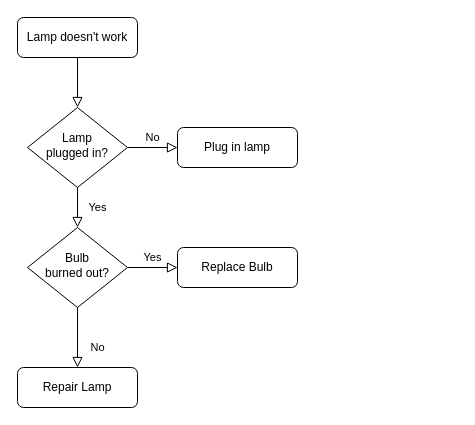
The draw.io diagram FluxCommandeCreated.drawio in xconix/Voron0.0, before the edit. Source tidied: cells renumbered, new cells numbered last; positions are measured from the earlier drawing's top-left corner, leaving out a move shared by most shapes. Both pictures are drawn from the tidied source at 100%, with x=0, y=0 at pixel (17, 17).
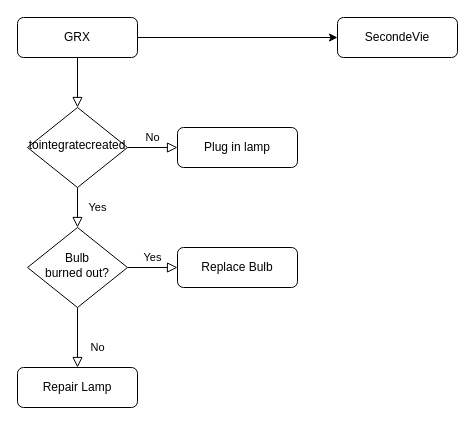
After the change.

Commit message:
Mettre à jour FluxCommandeCreated.drawio

The edit, as a diff of the source:
```diff
@@
 <mxGraphModel>
   <root>
     <mxCell id="0" />
     <mxCell id="1" parent="0" />
     <mxCell id="2" style="rounded=0;html=1;jettySize=auto;fontSize=11;endArrow=block;endFill=0;endSize=8;strokeWidth=1;shadow=0;labelBackgroundColor=none;edgeStyle=orthogonalEdgeStyle;" parent="1" edge="1" source="3" target="6">
       <mxGeometry relative="1" as="geometry" />
     </mxCell>
-    <mxCell id="3" value="Lamp doesn't work" style="rounded=1;whiteSpace=wrap;html=1;fontSize=12;glass=0;strokeWidth=1;shadow=0;" parent="1" vertex="1">
+    <mxCell id="3" value="GRX" style="rounded=1;whiteSpace=wrap;html=1;fontSize=12;glass=0;strokeWidth=1;shadow=0;" parent="1" vertex="1">
       <mxGeometry width="120" height="40" as="geometry" />
     </mxCell>
     <mxCell id="4" value="Yes" style="rounded=0;html=1;jettySize=auto;fontSize=11;endArrow=block;endFill=0;endSize=8;strokeWidth=1;shadow=0;labelBackgroundColor=none;edgeStyle=orthogonalEdgeStyle;" parent="1" edge="1" source="6" target="10">
       <mxGeometry y="20" relative="1" as="geometry" />
     </mxCell>
     <mxCell id="5" value="No" style="edgeStyle=orthogonalEdgeStyle;rounded=0;html=1;jettySize=auto;fontSize=11;endArrow=block;endFill=0;endSize=8;strokeWidth=1;shadow=0;labelBackgroundColor=none;" parent="1" edge="1" source="6" target="7">
       <mxGeometry y="10" relative="1" as="geometry" />
     </mxCell>
-    <mxCell id="6" value="Lamp&lt;br&gt;plugged in?" style="rhombus;whiteSpace=wrap;html=1;shadow=0;fontFamily=Helvetica;fontSize=12;align=center;strokeWidth=1;spacing=6;spacingTop=-4;" parent="1" vertex="1">
+    <mxCell id="6" value="tointegratecreated" style="rhombus;whiteSpace=wrap;html=1;shadow=0;fontFamily=Helvetica;fontSize=12;align=center;strokeWidth=1;spacing=6;spacingTop=-4;" parent="1" vertex="1">
       <mxGeometry x="10" y="90" width="100" height="80" as="geometry" />
     </mxCell>
     <mxCell id="7" value="Plug in lamp" style="rounded=1;whiteSpace=wrap;html=1;fontSize=12;glass=0;strokeWidth=1;shadow=0;" parent="1" vertex="1">
       <mxGeometry x="160" y="110" width="120" height="40" as="geometry" />
     </mxCell>
     <mxCell id="8" value="No" style="rounded=0;html=1;jettySize=auto;fontSize=11;endArrow=block;endFill=0;endSize=8;strokeWidth=1;shadow=0;labelBackgroundColor=none;edgeStyle=orthogonalEdgeStyle;" parent="1" edge="1" source="10" target="11">
       <mxGeometry x="0.33" y="20" relative="1" as="geometry" />
     </mxCell>
     <mxCell id="9" value="Yes" style="edgeStyle=orthogonalEdgeStyle;rounded=0;html=1;jettySize=auto;fontSize=11;endArrow=block;endFill=0;endSize=8;strokeWidth=1;shadow=0;labelBackgroundColor=none;" parent="1" edge="1" source="10" target="12">
       <mxGeometry y="10" relative="1" as="geometry" />
     </mxCell>
     <mxCell id="10" value="Bulb&lt;br&gt;burned out?" style="rhombus;whiteSpace=wrap;html=1;shadow=0;fontFamily=Helvetica;fontSize=12;align=center;strokeWidth=1;spacing=6;spacingTop=-4;" parent="1" vertex="1">
       <mxGeometry x="10" y="210" width="100" height="80" as="geometry" />
     </mxCell>
     <mxCell id="11" value="Repair Lamp" style="rounded=1;whiteSpace=wrap;html=1;fontSize=12;glass=0;strokeWidth=1;shadow=0;" parent="1" vertex="1">
       <mxGeometry y="350" width="120" height="40" as="geometry" />
     </mxCell>
     <mxCell id="12" value="Replace Bulb" style="rounded=1;whiteSpace=wrap;html=1;fontSize=12;glass=0;strokeWidth=1;shadow=0;" parent="1" vertex="1">
       <mxGeometry x="160" y="230" width="120" height="40" as="geometry" />
     </mxCell>
+    <mxCell id="13" value="SecondeVie" style="rounded=1;whiteSpace=wrap;html=1;" parent="1" vertex="1">
+      <mxGeometry x="320" width="120" height="40" as="geometry" />
+    </mxCell>
+    <mxCell id="14" style="edgeStyle=orthogonalEdgeStyle;rounded=0;orthogonalLoop=1;jettySize=auto;html=1;exitX=0.5;exitY=1;exitDx=0;exitDy=0;" parent="1" edge="1" source="13" target="13">
+      <mxGeometry relative="1" as="geometry" />
+    </mxCell>
+    <mxCell id="15" style="endArrow=classic;html=1;rounded=0;exitX=1;exitY=0.5;exitDx=0;exitDy=0;entryX=0;entryY=0.5;entryDx=0;entryDy=0;" parent="1" edge="1" source="3" target="13">
+      <mxGeometry relative="1" as="geometry" />
+    </mxCell>
   </root>
 </mxGraphModel>
```
